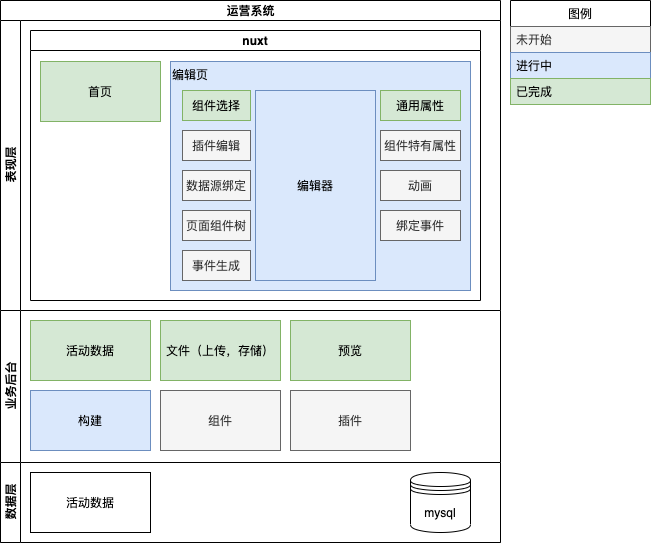
Before: file/运营系统.png, a diagram exported from draw.io (zaberz/drawiofile). Source tidied: cells renumbered, new cells last; positions are measured from the earlier drawing's top-left corner, leaving out a move shared by most shapes.
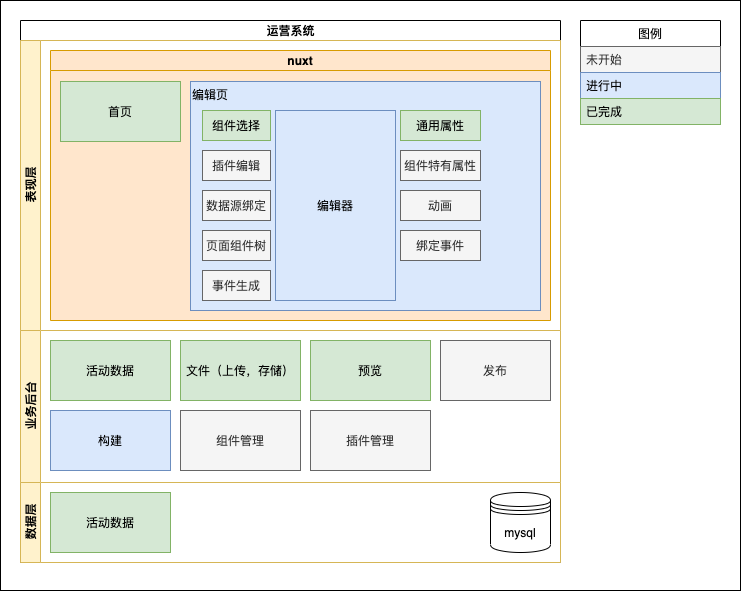
The same file after the commit.

Commit message:
更新运营系统.png

The edit, as a diff of the source:
```diff
@@ -2,20 +2,23 @@
   <root>
     <mxCell id="0" />
     <mxCell id="1" parent="0" />
+    <mxCell id="31" style="rounded=0;whiteSpace=wrap;html=1;" parent="1" vertex="1">
+      <mxGeometry x="-20" y="-20" width="740" height="590" as="geometry" />
+    </mxCell>
-    <mxCell id="2" value="运营系统" style="swimlane;html=1;horizontal=1;startSize=20;" parent="1" vertex="1">
-      <mxGeometry width="500" height="542" as="geometry" />
+    <mxCell id="2" value="运营系统" style="swimlane;html=1;horizontal=1;startSize=20;swimlaneFillColor=#FFB570;" parent="1" vertex="1">
+      <mxGeometry width="540" height="542" as="geometry" />
     </mxCell>
-    <mxCell id="3" value="表现层" style="swimlane;html=1;startSize=20;horizontal=0;swimlaneFillColor=#ffffff;" parent="2" vertex="1">
-      <mxGeometry y="20" width="500" height="290" as="geometry" />
+    <mxCell id="3" value="表现层" style="swimlane;html=1;startSize=20;horizontal=0;swimlaneFillColor=#ffffff;fillColor=#fff2cc;strokeColor=#d6b656;" parent="2" vertex="1">
+      <mxGeometry y="20" width="540" height="290" as="geometry" />
     </mxCell>
-    <mxCell id="4" value="nuxt" style="swimlane;startSize=20;swimlaneFillColor=#ffffff;align=center;" parent="3" vertex="1">
-      <mxGeometry x="30" y="10" width="450" height="270" as="geometry" />
+    <mxCell id="4" value="nuxt" style="swimlane;startSize=20;swimlaneFillColor=#FFE6CC;align=center;fillColor=#ffe6cc;strokeColor=#d79b00;" parent="3" vertex="1">
+      <mxGeometry x="30" y="10" width="500" height="270" as="geometry" />
     </mxCell>
     <mxCell id="5" value="首页" style="rounded=0;whiteSpace=wrap;html=1;align=center;fillColor=#d5e8d4;strokeColor=#82b366;" parent="4" vertex="1">
       <mxGeometry x="10" y="31" width="120" height="60" as="geometry" />
     </mxCell>
     <mxCell id="6" value="编辑页" style="rounded=0;whiteSpace=wrap;html=1;align=left;horizontal=1;verticalAlign=top;fillColor=#dae8fc;strokeColor=#6c8ebf;" parent="4" vertex="1">
-      <mxGeometry x="140" y="31" width="300" height="229" as="geometry" />
+      <mxGeometry x="140" y="31" width="350" height="229" as="geometry" />
     </mxCell>
     <mxCell id="7" value="组件选择" style="rounded=0;whiteSpace=wrap;html=1;align=center;fillColor=#d5e8d4;strokeColor=#82b366;" parent="4" vertex="1">
       <mxGeometry x="152" y="60" width="68" height="30" as="geometry" />
@@ -47,8 +50,8 @@
     <mxCell id="16" value="事件生成" style="rounded=0;whiteSpace=wrap;html=1;align=center;fillColor=#f5f5f5;strokeColor=#666666;fontColor=#333333;" parent="4" vertex="1">
       <mxGeometry x="152" y="220" width="68" height="30" as="geometry" />
     </mxCell>
-    <mxCell id="17" value="业务后台" style="swimlane;html=1;startSize=20;horizontal=0;swimlaneFillColor=#ffffff;" parent="2" vertex="1">
-      <mxGeometry y="310" width="500" height="152" as="geometry" />
+    <mxCell id="17" value="业务后台" style="swimlane;html=1;startSize=20;horizontal=0;swimlaneFillColor=#ffffff;fillColor=#fff2cc;strokeColor=#d6b656;" parent="2" vertex="1">
+      <mxGeometry y="310" width="540" height="152" as="geometry" />
     </mxCell>
     <mxCell id="18" value="活动数据" style="whiteSpace=wrap;html=1;fillColor=#d5e8d4;strokeColor=#82b366;" parent="17" vertex="1">
       <mxGeometry x="30" y="10" width="120" height="60" as="geometry" />
@@ -62,23 +65,26 @@
     <mxCell id="21" value="构建" style="whiteSpace=wrap;html=1;fillColor=#dae8fc;strokeColor=#6c8ebf;" parent="17" vertex="1">
       <mxGeometry x="30" y="80" width="120" height="60" as="geometry" />
     </mxCell>
-    <mxCell id="22" value="组件" style="whiteSpace=wrap;html=1;fillColor=#f5f5f5;strokeColor=#666666;fontColor=#333333;" parent="17" vertex="1">
+    <mxCell id="22" value="组件管理" style="whiteSpace=wrap;html=1;fillColor=#f5f5f5;strokeColor=#666666;fontColor=#333333;" parent="17" vertex="1">
       <mxGeometry x="160" y="80" width="120" height="60" as="geometry" />
     </mxCell>
-    <mxCell id="23" value="插件" style="whiteSpace=wrap;html=1;fillColor=#f5f5f5;strokeColor=#666666;fontColor=#333333;" parent="17" vertex="1">
+    <mxCell id="23" value="插件管理" style="whiteSpace=wrap;html=1;fillColor=#f5f5f5;strokeColor=#666666;fontColor=#333333;" parent="17" vertex="1">
       <mxGeometry x="290" y="80" width="120" height="60" as="geometry" />
     </mxCell>
+    <mxCell id="32" value="发布" style="whiteSpace=wrap;html=1;fillColor=#f5f5f5;strokeColor=#666666;fontColor=#333333;" parent="17" vertex="1">
+      <mxGeometry x="420" y="10" width="110" height="60" as="geometry" />
+    </mxCell>
-    <mxCell id="24" value="数据层" style="swimlane;html=1;startSize=20;horizontal=0;swimlaneFillColor=#ffffff;" parent="2" vertex="1">
-      <mxGeometry y="462" width="500" height="80" as="geometry" />
+    <mxCell id="24" value="数据层" style="swimlane;html=1;startSize=20;horizontal=0;swimlaneFillColor=#ffffff;fillColor=#fff2cc;strokeColor=#d6b656;" parent="2" vertex="1">
+      <mxGeometry y="462" width="540" height="80" as="geometry" />
     </mxCell>
-    <mxCell id="25" value="活动数据" style="whiteSpace=wrap;html=1;" parent="24" vertex="1">
+    <mxCell id="25" value="活动数据" style="whiteSpace=wrap;html=1;fillColor=#d5e8d4;strokeColor=#82b366;" parent="24" vertex="1">
       <mxGeometry x="30" y="10" width="120" height="60" as="geometry" />
     </mxCell>
     <mxCell id="26" value="mysql" style="shape=datastore;whiteSpace=wrap;html=1;" parent="24" vertex="1">
-      <mxGeometry x="410" y="10" width="60" height="60" as="geometry" />
+      <mxGeometry x="470" y="10" width="60" height="60" as="geometry" />
     </mxCell>
     <mxCell id="27" value="图例" style="swimlane;fontStyle=0;horizontal=1;startSize=26;fillColor=none;" parent="1" vertex="1">
-      <mxGeometry x="510" width="140" height="104" as="geometry" />
+      <mxGeometry x="560" width="140" height="104" as="geometry" />
     </mxCell>
     <mxCell id="28" value="未开始" style="text;strokeColor=#666666;fillColor=#f5f5f5;align=left;verticalAlign=top;spacingLeft=4;spacingRight=4;overflow=hidden;fontColor=#333333;" parent="27" vertex="1">
       <mxGeometry y="26" width="140" height="26" as="geometry" />
```
